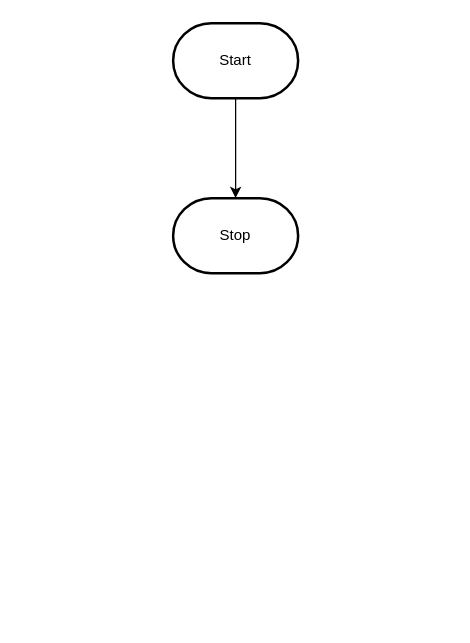
The draw.io diagram design/flowchart.drawio in MTHS-ICS2O-2-2022/ICS2O-Assignment-05-Armatys22, before the edit. Source tidied: cells renumbered, new cells numbered last; positions are measured from the earlier drawing's top-left corner, leaving out a move shared by most shapes. Both pictures are drawn from the tidied source at 125%, with x=0, y=0 at pixel (172, 22).
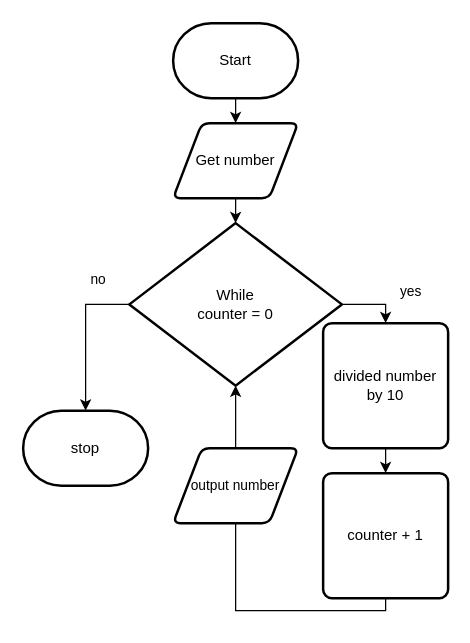
After the change.

Diff of the diagram source:
```diff
@@
 <mxGraphModel>
   <root>
     <mxCell id="0" />
     <mxCell id="1" parent="0" />
-    <mxCell id="2" style="edgeStyle=orthogonalEdgeStyle;html=1;rounded=0;" parent="1" edge="1" source="3" target="4">
+    <mxCell id="2" style="edgeStyle=none;html=1;" parent="1" edge="1" source="3" target="6">
       <mxGeometry relative="1" as="geometry" />
     </mxCell>
     <mxCell id="3" value="Start" style="strokeWidth=2;html=1;shape=mxgraph.flowchart.terminator;whiteSpace=wrap;" parent="1" vertex="1">
       <mxGeometry width="100" height="60" as="geometry" />
     </mxCell>
-    <mxCell id="4" value="Stop" style="strokeWidth=2;html=1;shape=mxgraph.flowchart.terminator;whiteSpace=wrap;" parent="1" vertex="1">
-      <mxGeometry y="140" width="100" height="60" as="geometry" />
-    </mxCell>
+    <mxCell id="5" style="edgeStyle=none;html=1;exitX=0.5;exitY=1;exitDx=0;exitDy=0;entryX=0.5;entryY=0;entryDx=0;entryDy=0;entryPerimeter=0;" parent="1" edge="1" source="6" target="10">
+      <mxGeometry relative="1" as="geometry" />
+    </mxCell>
+    <mxCell id="6" value="Get number" style="shape=parallelogram;html=1;strokeWidth=2;perimeter=parallelogramPerimeter;whiteSpace=wrap;rounded=1;arcSize=12;size=0.23;" parent="1" vertex="1">
+      <mxGeometry y="80" width="100" height="60" as="geometry" />
+    </mxCell>
+    <mxCell id="7" style="edgeStyle=none;html=1;entryX=0.5;entryY=0;entryDx=0;entryDy=0;entryPerimeter=0;" parent="1" edge="1" target="10">
+      <mxGeometry relative="1" as="geometry">
+        <mxPoint x="50" y="200" as="sourcePoint" />
+      </mxGeometry>
+    </mxCell>
+    <mxCell id="8" style="edgeStyle=orthogonalEdgeStyle;html=1;exitX=1;exitY=0.5;exitDx=0;exitDy=0;exitPerimeter=0;entryX=0.5;entryY=0;entryDx=0;entryDy=0;rounded=0;" parent="1" edge="1" source="10" target="12">
+      <mxGeometry relative="1" as="geometry" />
+    </mxCell>
+    <mxCell id="9" style="edgeStyle=orthogonalEdgeStyle;html=1;exitX=0;exitY=0.5;exitDx=0;exitDy=0;exitPerimeter=0;entryX=0.5;entryY=0;entryDx=0;entryDy=0;entryPerimeter=0;rounded=0;" parent="1" edge="1" source="10" target="17">
+      <mxGeometry relative="1" as="geometry" />
+    </mxCell>
+    <mxCell id="10" value="While&lt;br&gt;counter = 0" style="strokeWidth=2;html=1;shape=mxgraph.flowchart.decision;whiteSpace=wrap;" parent="1" vertex="1">
+      <mxGeometry x="-35" y="160" width="170" height="130" as="geometry" />
+    </mxCell>
+    <mxCell id="11" style="edgeStyle=orthogonalEdgeStyle;shape=connector;rounded=0;html=1;exitX=0.5;exitY=1;exitDx=0;exitDy=0;entryX=0.5;entryY=0;entryDx=0;entryDy=0;labelBackgroundColor=default;strokeColor=default;fontFamily=Helvetica;fontSize=11;fontColor=default;endArrow=classic;" parent="1" edge="1" source="12" target="14">
+      <mxGeometry relative="1" as="geometry" />
+    </mxCell>
+    <mxCell id="12" value="divided number by 10" style="rounded=1;whiteSpace=wrap;html=1;absoluteArcSize=1;arcSize=14;strokeWidth=2;" parent="1" vertex="1">
+      <mxGeometry x="120" y="240" width="100" height="100" as="geometry" />
+    </mxCell>
+    <mxCell id="13" style="edgeStyle=orthogonalEdgeStyle;shape=connector;rounded=0;html=1;exitX=0.5;exitY=1;exitDx=0;exitDy=0;entryX=0.5;entryY=1;entryDx=0;entryDy=0;entryPerimeter=0;labelBackgroundColor=default;strokeColor=default;fontFamily=Helvetica;fontSize=11;fontColor=default;endArrow=classic;" parent="1" edge="1" source="14" target="10">
+      <mxGeometry relative="1" as="geometry" />
+    </mxCell>
+    <mxCell id="14" value="counter + 1" style="rounded=1;whiteSpace=wrap;html=1;absoluteArcSize=1;arcSize=14;strokeWidth=2;" parent="1" vertex="1">
+      <mxGeometry x="120" y="360" width="100" height="100" as="geometry" />
+    </mxCell>
+    <mxCell id="15" value="yes" style="text;html=1;align=center;verticalAlign=middle;strokeColor=none;fillColor=none;fontSize=11;fontFamily=Helvetica;fontColor=default;" parent="1" vertex="1">
+      <mxGeometry x="170" y="200" width="40" height="30" as="geometry" />
+    </mxCell>
+    <mxCell id="16" value="output number" style="shape=parallelogram;html=1;strokeWidth=2;perimeter=parallelogramPerimeter;whiteSpace=wrap;rounded=1;arcSize=12;size=0.23;fontFamily=Helvetica;fontSize=11;fontColor=default;" parent="1" vertex="1">
+      <mxGeometry y="340" width="100" height="60" as="geometry" />
+    </mxCell>
+    <mxCell id="17" value="stop" style="strokeWidth=2;html=1;shape=mxgraph.flowchart.terminator;whiteSpace=wrap;" parent="1" vertex="1">
+      <mxGeometry x="-120" y="310" width="100" height="60" as="geometry" />
+    </mxCell>
+    <mxCell id="18" value="no" style="text;html=1;align=center;verticalAlign=middle;strokeColor=none;fillColor=none;fontSize=11;fontFamily=Helvetica;fontColor=default;" parent="1" vertex="1">
+      <mxGeometry x="-80" y="190" width="40" height="30" as="geometry" />
+    </mxCell>
   </root>
 </mxGraphModel>
```
